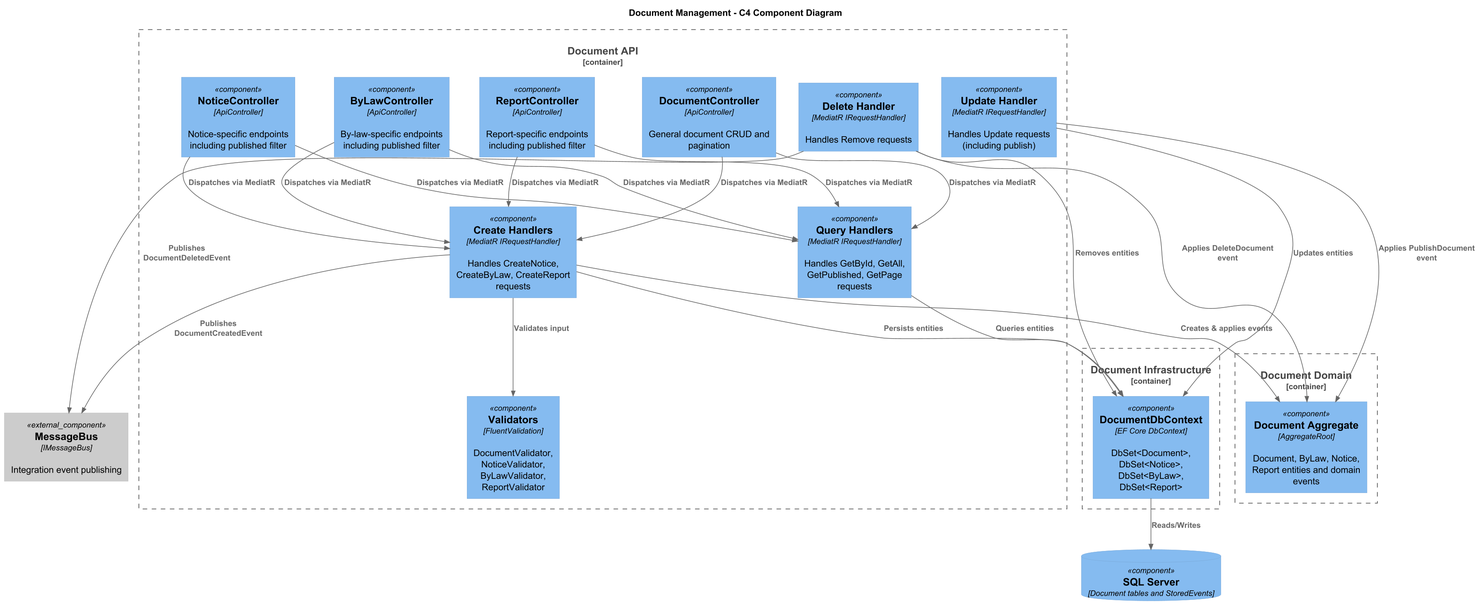
The PlantUML diagram docs/detailed-designs/06-document-management/c4-component.png in QuinntyneBrown/Coop, before a commit. Its diagram source:
```plantuml
@startuml
!include https://raw.githubusercontent.com/plantuml-stdlib/C4-PlantUML/master/C4_Component.puml

skinparam dpi 150
skinparam pageMargin 10

title Document Management - C4 Component Diagram

Container_Boundary(api, "Document API") {

  Component(docCtrl, "DocumentController", "ApiController", "General document CRUD and pagination")
  Component(noticeCtrl, "NoticeController", "ApiController", "Notice-specific endpoints including published filter")
  Component(bylawCtrl, "ByLawController", "ApiController", "By-law-specific endpoints including published filter")
  Component(reportCtrl, "ReportController", "ApiController", "Report-specific endpoints including published filter")

  Component(createHandler, "Create Handlers", "MediatR IRequestHandler", "Handles CreateNotice, CreateByLaw, CreateReport requests")
  Component(queryHandler, "Query Handlers", "MediatR IRequestHandler", "Handles GetById, GetAll, GetPublished, GetPage requests")
  Component(updateHandler, "Update Handler", "MediatR IRequestHandler", "Handles Update requests (including publish)")
  Component(deleteHandler, "Delete Handler", "MediatR IRequestHandler", "Handles Remove requests")

  Component(validators, "Validators", "FluentValidation", "DocumentValidator, NoticeValidator, ByLawValidator, ReportValidator")
}

Container_Boundary(domainLayer, "Document Domain") {
  Component(docAggregate, "Document Aggregate", "AggregateRoot", "Document, ByLaw, Notice, Report entities and domain events")
}

Container_Boundary(infraLayer, "Document Infrastructure") {
  Component(dbContext, "DocumentDbContext", "EF Core DbContext", "DbSet<Document>, DbSet<Notice>, DbSet<ByLaw>, DbSet<Report>")
}

ComponentDb(db, "SQL Server", "Document tables and StoredEvents")
Component_Ext(messageBus, "MessageBus", "IMessageBus", "Integration event publishing")

Rel(docCtrl, createHandler, "Dispatches via MediatR")
Rel(docCtrl, queryHandler, "Dispatches via MediatR")
Rel(noticeCtrl, createHandler, "Dispatches via MediatR")
Rel(noticeCtrl, queryHandler, "Dispatches via MediatR")
Rel(bylawCtrl, createHandler, "Dispatches via MediatR")
Rel(bylawCtrl, queryHandler, "Dispatches via MediatR")
Rel(reportCtrl, createHandler, "Dispatches via MediatR")
Rel(reportCtrl, queryHandler, "Dispatches via MediatR")

Rel(createHandler, docAggregate, "Creates & applies events")
Rel(updateHandler, docAggregate, "Applies PublishDocument event")
Rel(deleteHandler, docAggregate, "Applies DeleteDocument event")
Rel(createHandler, validators, "Validates input")

Rel(createHandler, dbContext, "Persists entities")
Rel(queryHandler, dbContext, "Queries entities")
Rel(updateHandler, dbContext, "Updates entities")
Rel(deleteHandler, dbContext, "Removes entities")

Rel(dbContext, db, "Reads/Writes")
Rel(createHandler, messageBus, "Publishes DocumentCreatedEvent")
Rel(deleteHandler, messageBus, "Publishes DocumentDeletedEvent")

@enduml
```
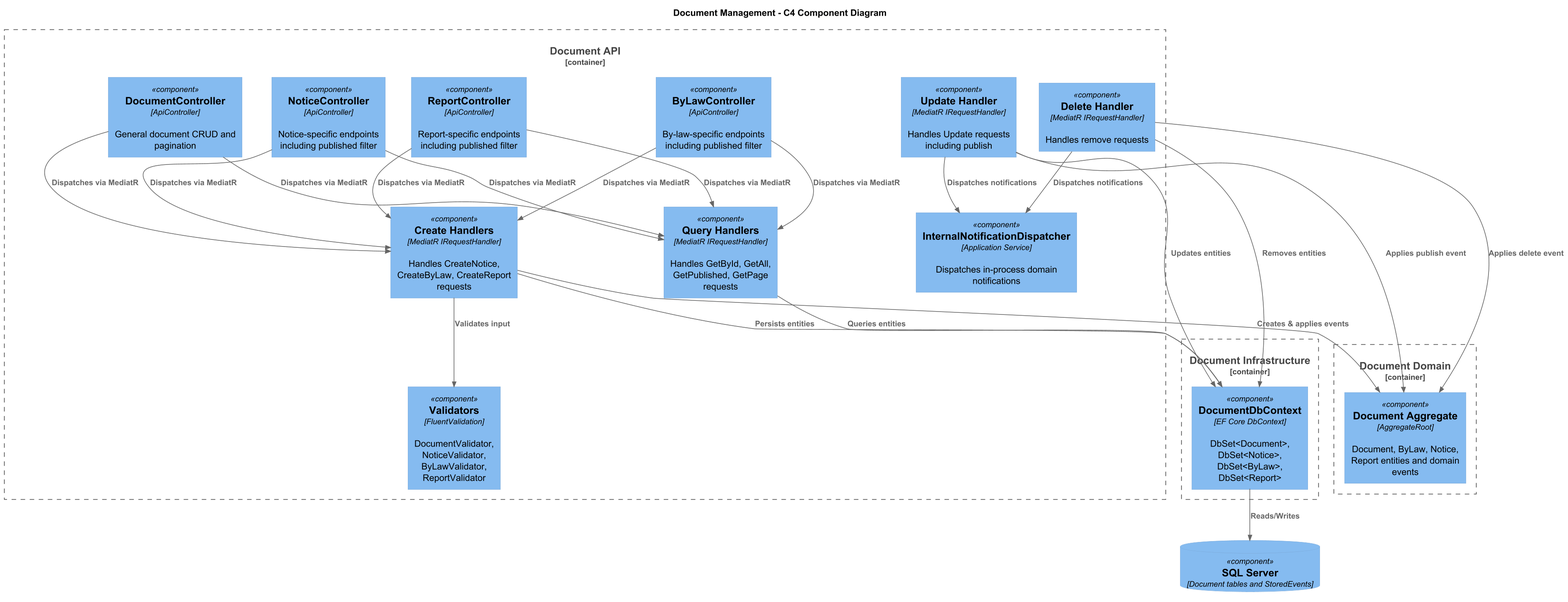
After the change.

What changed in the source:
```diff
@@ -15,10 +15,10 @@
 
   Component(createHandler, "Create Handlers", "MediatR IRequestHandler", "Handles CreateNotice, CreateByLaw, CreateReport requests")
   Component(queryHandler, "Query Handlers", "MediatR IRequestHandler", "Handles GetById, GetAll, GetPublished, GetPage requests")
-  Component(updateHandler, "Update Handler", "MediatR IRequestHandler", "Handles Update requests (including publish)")
-  Component(deleteHandler, "Delete Handler", "MediatR IRequestHandler", "Handles Remove requests")
-
+  Component(updateHandler, "Update Handler", "MediatR IRequestHandler", "Handles Update requests including publish")
+  Component(deleteHandler, "Delete Handler", "MediatR IRequestHandler", "Handles remove requests")
   Component(validators, "Validators", "FluentValidation", "DocumentValidator, NoticeValidator, ByLawValidator, ReportValidator")
+  Component(dispatcher, "InternalNotificationDispatcher", "Application Service", "Dispatches in-process domain notifications")
 }
 
 Container_Boundary(domainLayer, "Document Domain") {
@@ -30,7 +30,6 @@
 }
 
 ComponentDb(db, "SQL Server", "Document tables and StoredEvents")
-Component_Ext(messageBus, "MessageBus", "IMessageBus", "Integration event publishing")
 
 Rel(docCtrl, createHandler, "Dispatches via MediatR")
 Rel(docCtrl, queryHandler, "Dispatches via MediatR")
@@ -42,17 +41,17 @@
 Rel(reportCtrl, queryHandler, "Dispatches via MediatR")
 
 Rel(createHandler, docAggregate, "Creates & applies events")
-Rel(updateHandler, docAggregate, "Applies PublishDocument event")
-Rel(deleteHandler, docAggregate, "Applies DeleteDocument event")
+Rel(updateHandler, docAggregate, "Applies publish event")
+Rel(deleteHandler, docAggregate, "Applies delete event")
 Rel(createHandler, validators, "Validates input")
 
 Rel(createHandler, dbContext, "Persists entities")
 Rel(queryHandler, dbContext, "Queries entities")
 Rel(updateHandler, dbContext, "Updates entities")
 Rel(deleteHandler, dbContext, "Removes entities")
+Rel(updateHandler, dispatcher, "Dispatches notifications")
+Rel(deleteHandler, dispatcher, "Dispatches notifications")
 
 Rel(dbContext, db, "Reads/Writes")
-Rel(createHandler, messageBus, "Publishes DocumentCreatedEvent")
-Rel(deleteHandler, messageBus, "Publishes DocumentDeletedEvent")
 
 @enduml
```
